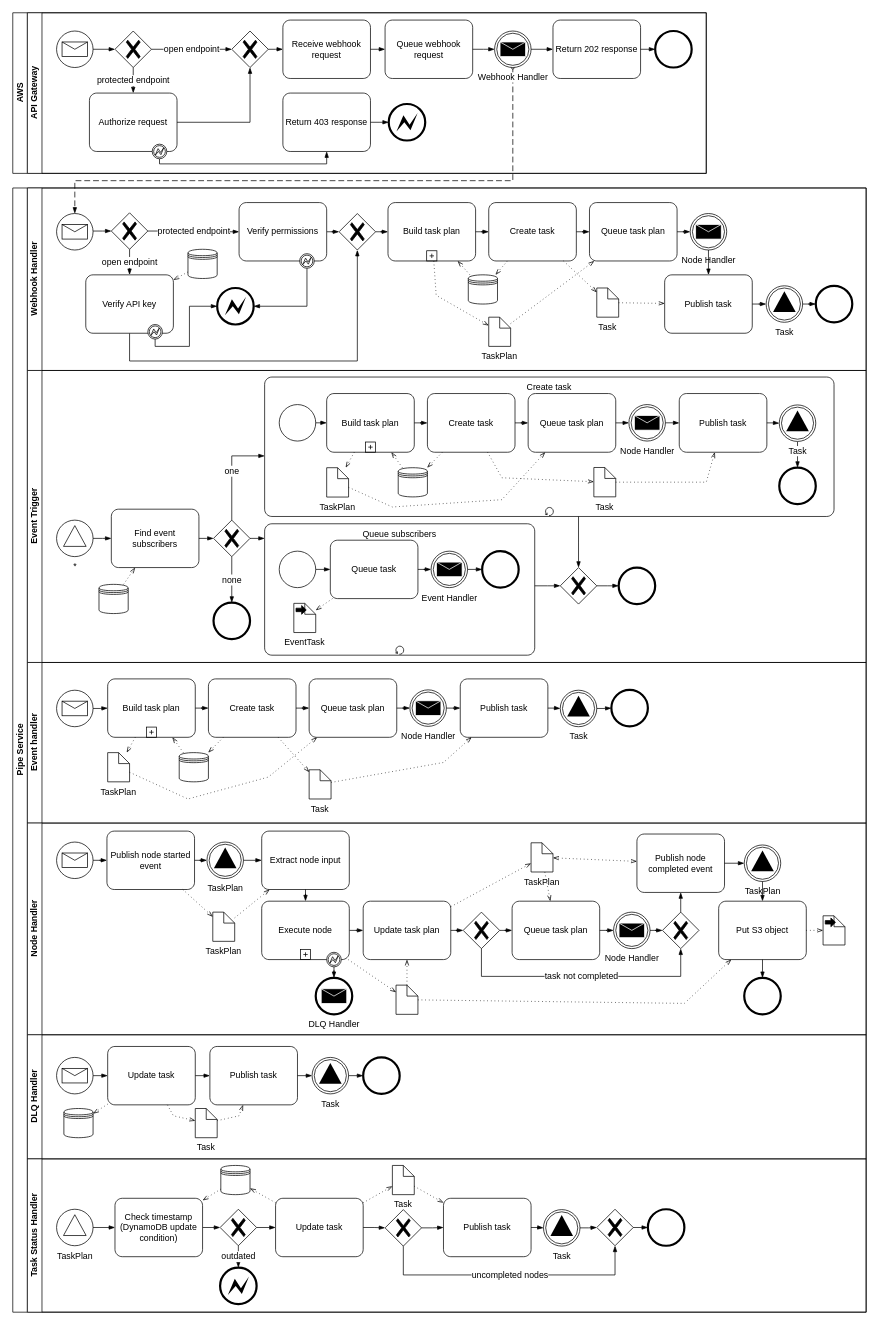
This is services/pipe/Task.drawio from AciesDK/core-diagrams, a draw.io file, before an edit. Source tidied: cells renumbered, new cells numbered last; positions are measured from the earlier drawing's top-left corner, leaving out a move shared by most shapes. Both pictures are drawn from the tidied source at 73%, with x=0, y=0 at pixel (12, 12).
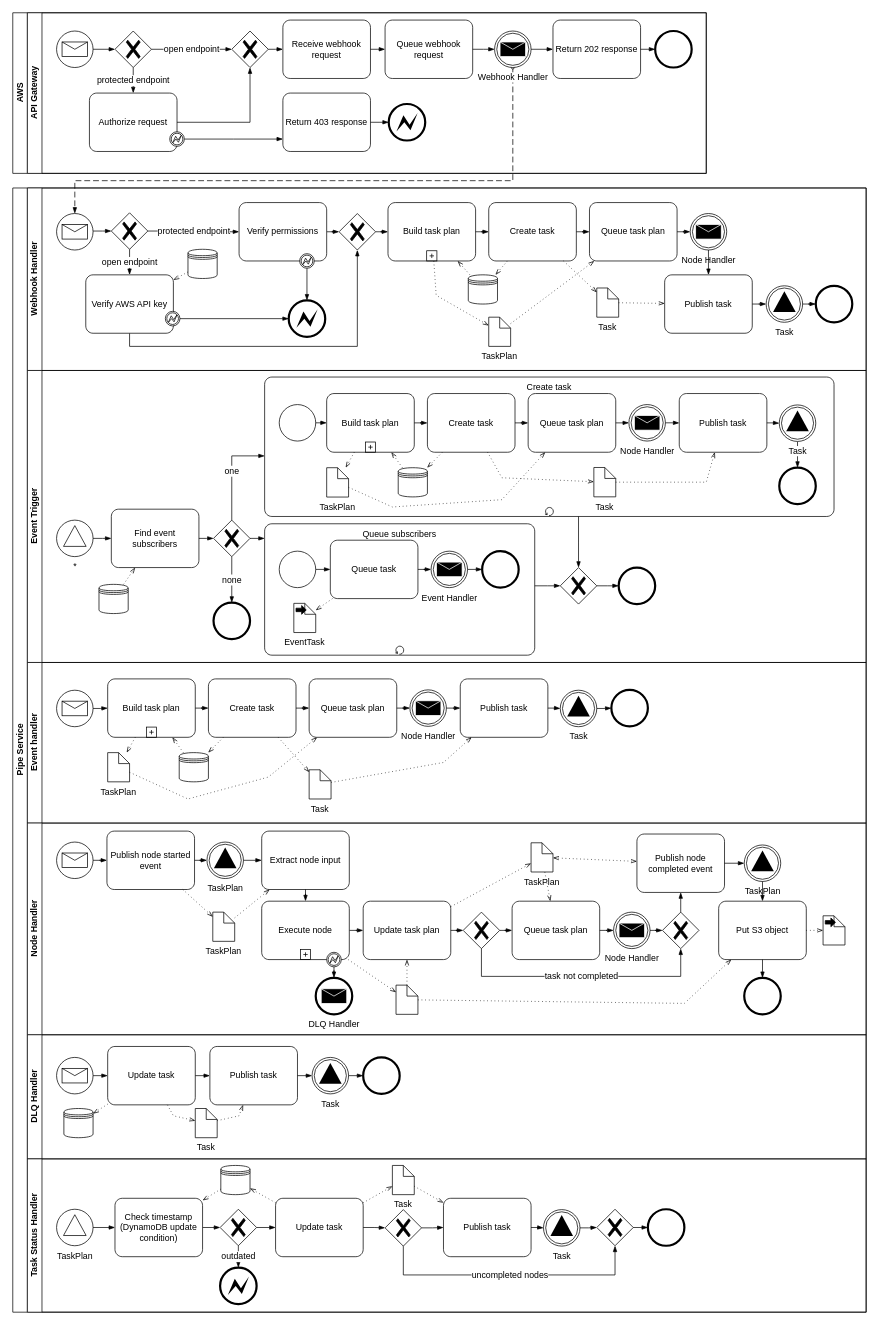
The same page after the edit.

Unchanged cells that the change refers to:
```xml
<mxCell id="3" value="Webhook Handler" style="swimlane;html=1;startSize=20;horizontal=0;" parent="2" vertex="1">
  <mxGeometry x="20" width="1149" height="250" as="geometry" />
</mxCell>
<mxCell id="11" style="points=[[0.25,0.25,0],[0.5,0,0],[0.75,0.25,0],[1,0.5,0],[0.75,0.75,0],[0.5,1,0],[0.25,0.75,0],[0,0.5,0]];shape=mxgraph.bpmn.gateway2;html=1;verticalLabelPosition=bottom;labelBackgroundColor=#ffffff;verticalAlign=top;align=center;perimeter=rhombusPerimeter;outlineConnect=0;outline=none;symbol=none;gwType=exclusive;" parent="3" vertex="1">
  <mxGeometry x="427" y="35" width="50" height="50" as="geometry" />
</mxCell>
<mxCell id="215" value="API Gateway" style="swimlane;html=1;startSize=20;horizontal=0;" parent="214" vertex="1">
  <mxGeometry x="20" width="930" height="220" as="geometry" />
</mxCell>
<mxCell id="234" value="Return 403 response" style="points=[[0.25,0,0],[0.5,0,0],[0.75,0,0],[1,0.25,0],[1,0.5,0],[1,0.75,0],[0.75,1,0],[0.5,1,0],[0.25,1,0],[0,0.75,0],[0,0.5,0],[0,0.25,0]];shape=mxgraph.bpmn.task;whiteSpace=wrap;rectStyle=rounded;size=10;taskMarker=abstract;" parent="215" vertex="1">
  <mxGeometry x="350" y="110" width="120" height="80" as="geometry" />
</mxCell>
```

What changed in the source:
```diff
@@
     <mxCell id="12" style="edgeStyle=elbowEdgeStyle;fontSize=12;html=1;endArrow=blockThin;endFill=1;rounded=0;elbow=vertical;" parent="3" edge="1" source="42" target="11">
       <mxGeometry relative="1" as="geometry">
         <Array as="points">
+          <mxPoint x="270" y="217" />
           <mxPoint x="310" y="237" />
         </Array>
       </mxGeometry>
     </mxCell>
@@
     <mxCell id="28" style="points=[[0.145,0.145,0],[0.5,0,0],[0.855,0.145,0],[1,0.5,0],[0.855,0.855,0],[0.5,1,0],[0.145,0.855,0],[0,0.5,0]];shape=mxgraph.bpmn.event;html=1;verticalLabelPosition=bottom;labelBackgroundColor=#ffffff;verticalAlign=top;align=center;perimeter=ellipsePerimeter;outlineConnect=0;outline=end;symbol=error;fontFamily=Helvetica;fontSize=12;fontColor=default;strokeColor=default;fillColor=default;" parent="3" vertex="1">
-      <mxGeometry x="260" y="137" width="50" height="50" as="geometry" />
+      <mxGeometry x="358" y="154" width="50" height="50" as="geometry" />
     </mxCell>
     <mxCell id="29" style="edgeStyle=orthogonalEdgeStyle;fontSize=12;html=1;endArrow=blockThin;endFill=1;rounded=0;elbow=vertical;" parent="3" edge="1" source="43" target="28">
-      <mxGeometry relative="1" as="geometry">
-        <Array as="points">
-          <mxPoint x="175" y="217" />
-          <mxPoint x="222" y="217" />
-          <mxPoint x="222" y="162" />
-        </Array>
-      </mxGeometry>
+      <mxGeometry relative="1" as="geometry" />
     </mxCell>
@@
     <mxCell id="41" style="group;" parent="3" vertex="1">
-      <mxGeometry x="80" y="119" width="120" height="88" as="geometry" />
+      <mxGeometry x="80" y="119" width="129" height="80" as="geometry" />
     </mxCell>
-    <mxCell id="42" value="Verify API key" style="points=[[0.25,0,0],[0.5,0,0],[0.75,0,0],[1,0.25,0],[1,0.5,0],[1,0.75,0],[0.75,1,0],[0.5,1,0],[0.25,1,0],[0,0.75,0],[0,0.5,0],[0,0.25,0]];shape=mxgraph.bpmn.task;whiteSpace=wrap;rectStyle=rounded;size=10;taskMarker=abstract;" parent="41" vertex="1">
+    <mxCell id="42" value="Verify AWS API key" style="points=[[0.25,0,0],[0.5,0,0],[0.75,0,0],[1,0.25,0],[1,0.5,0],[1,0.75,0],[0.75,1,0],[0.5,1,0],[0.25,1,0],[0,0.75,0],[0,0.5,0],[0,0.25,0]];shape=mxgraph.bpmn.task;whiteSpace=wrap;rectStyle=rounded;size=10;taskMarker=abstract;" parent="41" vertex="1">
       <mxGeometry width="120" height="80" as="geometry" />
     </mxCell>
     <mxCell id="43" style="points=[[0.145,0.145,0],[0.5,0,0],[0.855,0.145,0],[1,0.5,0],[0.855,0.855,0],[0.5,1,0],[0.145,0.855,0],[0,0.5,0]];shape=mxgraph.bpmn.event;html=1;verticalLabelPosition=bottom;labelBackgroundColor=#ffffff;verticalAlign=top;align=center;perimeter=ellipsePerimeter;outlineConnect=0;outline=boundInt;symbol=error;" parent="41" vertex="1">
-      <mxGeometry x="85" y="68" width="20" height="20" as="geometry" />
+      <mxGeometry x="109" y="50" width="20" height="20" as="geometry" />
     </mxCell>
@@
     <mxCell id="233" style="edgeStyle=elbowEdgeStyle;fontSize=12;html=1;endArrow=blockThin;endFill=1;rounded=0;elbow=vertical;" parent="215" edge="1" source="239" target="234">
-      <mxGeometry relative="1" as="geometry">
-        <Array as="points">
-          <mxPoint x="280" y="207" />
-        </Array>
-      </mxGeometry>
+      <mxGeometry relative="1" as="geometry" />
     </mxCell>
@@
     <mxCell id="237" style="group;" parent="215" vertex="1">
-      <mxGeometry x="85" y="110" width="120" height="90" as="geometry" />
+      <mxGeometry x="85" y="110" width="130" height="80" as="geometry" />
     </mxCell>
@@
     <mxCell id="239" style="points=[[0.145,0.145,0],[0.5,0,0],[0.855,0.145,0],[1,0.5,0],[0.855,0.855,0],[0.5,1,0],[0.145,0.855,0],[0,0.5,0]];shape=mxgraph.bpmn.event;html=1;verticalLabelPosition=bottom;labelBackgroundColor=#ffffff;verticalAlign=top;align=center;perimeter=ellipsePerimeter;outlineConnect=0;outline=boundInt;symbol=error;" parent="237" vertex="1">
-      <mxGeometry x="86" y="70" width="20" height="20" as="geometry" />
+      <mxGeometry x="110" y="53" width="20" height="20" as="geometry" />
     </mxCell>
```
